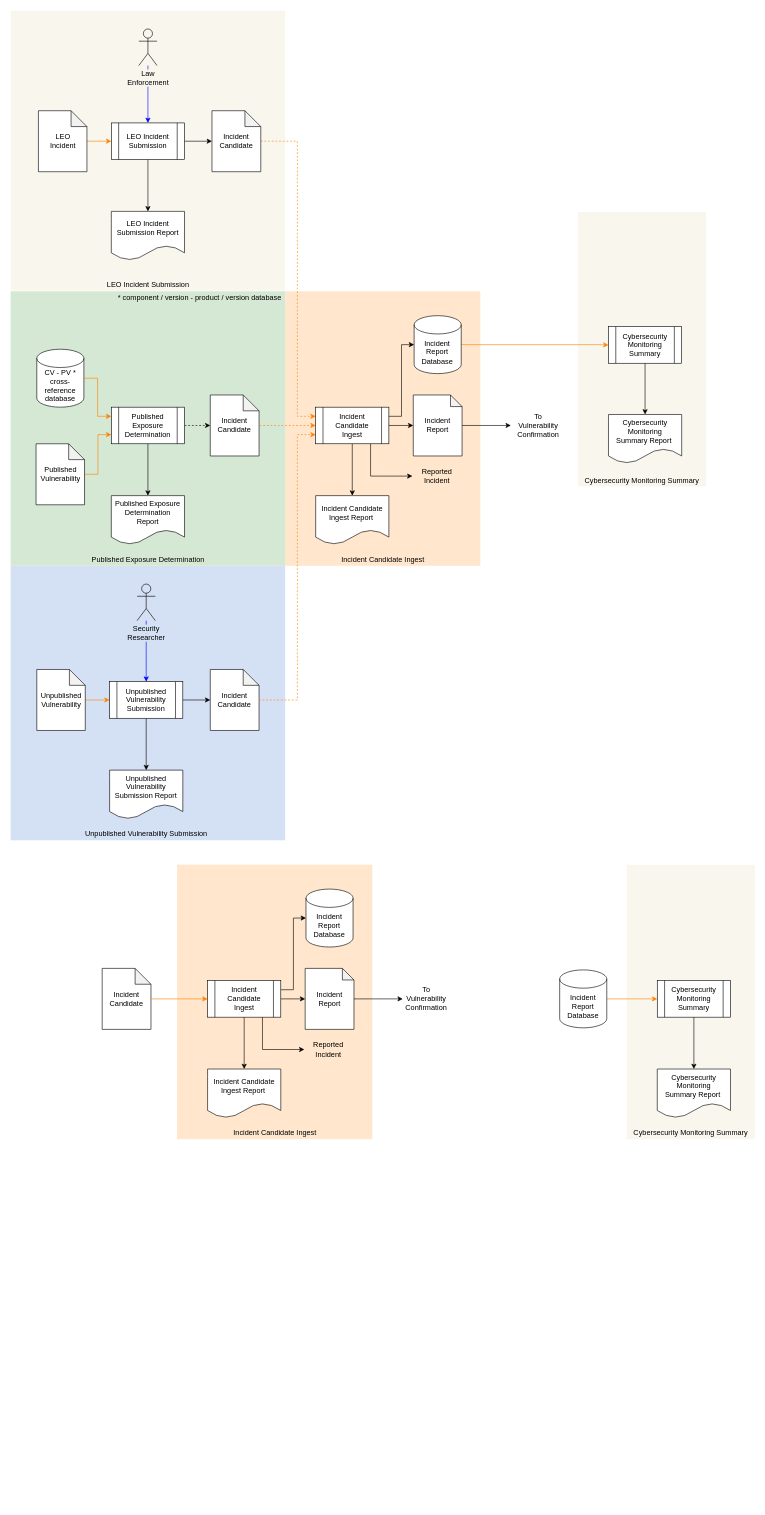
nutonomy/AVCDL keeps this draw.io diagram as source/reference_documents/secondary_documents/foundation phase/Cybersecurity Monitoring Plan/images/source/cybersecurity monitoring workflow.drawio. Above is the earlier version. Source tidied: cells renumbered, new cells numbered last; positions are measured from the earlier drawing's top-left corner, leaving out a move shared by most shapes. Both pictures are drawn from the tidied source at 61%, with x=0, y=0 at pixel (10, 10).
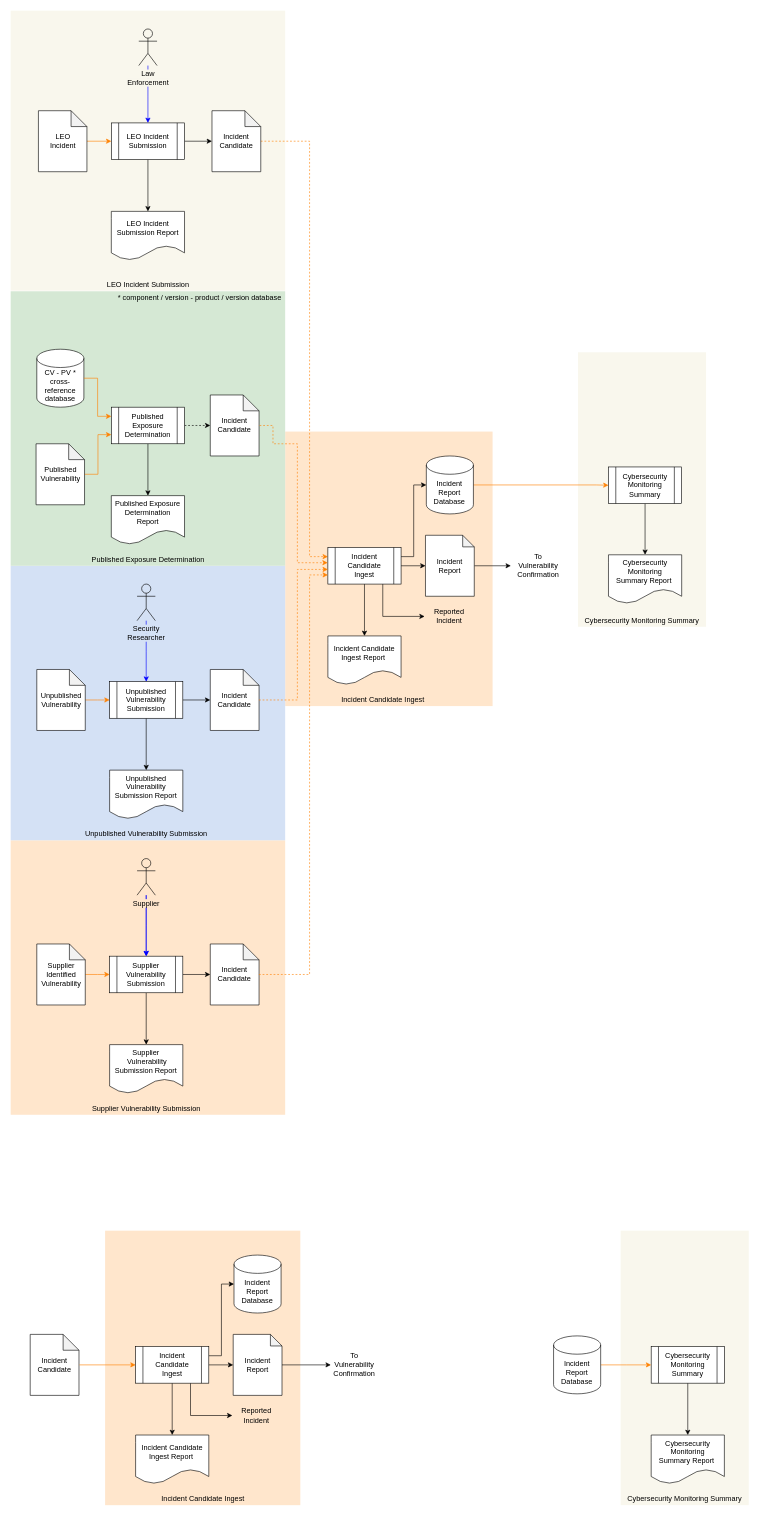
The same page after the edit.

Commit message (it also covers changes not shown here):
updated Cybersecurity Monitoring Plan to include supplier input

The change refers to these unchanged cells:
```xml
<mxCell id="32" value="Incident Candidate" style="shape=note;whiteSpace=wrap;html=1;backgroundOutline=1;darkOpacity=0.05;size=26;" parent="1" vertex="1">
  <mxGeometry x="330" y="164" width="80" height="100" as="geometry" />
</mxCell>
<mxCell id="41" value="Incident Candidate" style="shape=note;whiteSpace=wrap;html=1;backgroundOutline=1;darkOpacity=0.05;size=26;" parent="1" vertex="1">
  <mxGeometry x="327.2" y="630" width="80" height="100" as="geometry" />
</mxCell>
<mxCell id="51" value="Incident Candidate" style="shape=note;whiteSpace=wrap;html=1;backgroundOutline=1;darkOpacity=0.05;size=26;" parent="1" vertex="1">
  <mxGeometry x="327.2" y="1080" width="80" height="100" as="geometry" />
</mxCell>
```

Change to the diagram source:
```diff
@@
+    <mxCell id="80" style="rounded=0;whiteSpace=wrap;html=1;strokeColor=none;fillColor=#FFE6CC;" parent="1" vertex="1">
+      <mxGeometry y="1360" width="450" height="450" as="geometry" />
+    </mxCell>
     <mxCell id="2" style="rounded=0;whiteSpace=wrap;html=1;strokeColor=none;fillColor=#FFE6CC;" parent="1" vertex="1">
-      <mxGeometry x="450" y="460" width="320" height="450" as="geometry" />
+      <mxGeometry x="450" y="690" width="340" height="450" as="geometry" />
     </mxCell>
@@
     <mxCell id="5" style="rounded=0;whiteSpace=wrap;html=1;strokeColor=none;fillColor=#F9F7ED;" parent="1" vertex="1">
-      <mxGeometry x="930" y="330" width="210" height="450" as="geometry" />
+      <mxGeometry x="930" y="560" width="210" height="450" as="geometry" />
     </mxCell>
@@
     <mxCell id="7" style="edgeStyle=orthogonalEdgeStyle;rounded=0;jettySize=auto;html=1;entryX=0;entryY=0.25;entryDx=0;entryDy=0;strokeColor=#FF8000;dashed=1;" parent="1" edge="1" source="32" target="12">
       <mxGeometry relative="1" as="geometry">
         <Array as="points">
-          <mxPoint x="470" y="214" />
-          <mxPoint x="470" y="665" />
+          <mxPoint x="490" y="214" />
+          <mxPoint x="490" y="895" />
         </Array>
       </mxGeometry>
     </mxCell>
@@
     <mxCell id="12" value="Incident Candidate&lt;br&gt;Ingest" style="shape=process;whiteSpace=wrap;html=1;backgroundOutline=1;" parent="1" vertex="1">
-      <mxGeometry x="500" y="650" width="120" height="60" as="geometry" />
+      <mxGeometry x="520" y="880" width="120" height="60" as="geometry" />
     </mxCell>
     <mxCell id="13" value="Cybersecurity Monitoring Summary" style="text;html=1;strokeColor=none;fillColor=none;align=center;verticalAlign=middle;whiteSpace=wrap;rounded=0;" parent="1" vertex="1">
-      <mxGeometry x="930" y="760" width="210" height="20" as="geometry" />
+      <mxGeometry x="930" y="990" width="210" height="20" as="geometry" />
     </mxCell>
@@
     <mxCell id="17" value="Cybersecurity Monitoring Summary" style="shape=process;whiteSpace=wrap;html=1;backgroundOutline=1;" parent="1" vertex="1">
-      <mxGeometry x="980" y="518" width="120" height="60" as="geometry" />
+      <mxGeometry x="980" y="748" width="120" height="60" as="geometry" />
     </mxCell>
     <mxCell id="18" style="edgeStyle=orthogonalEdgeStyle;rounded=0;jettySize=auto;html=1;entryX=0;entryY=0.5;entryDx=0;entryDy=0;strokeColor=#FF8000;exitX=1;exitY=0.5;exitDx=0;exitDy=0;exitPerimeter=0;" parent="1" edge="1" source="55" target="17">
       <mxGeometry relative="1" as="geometry">
         <Array as="points">
-          <mxPoint x="960" y="548" />
-          <mxPoint x="980" y="548" />
+          <mxPoint x="960" y="778" />
+          <mxPoint x="980" y="778" />
         </Array>
       </mxGeometry>
     </mxCell>
@@
     <mxCell id="20" value="Incident Report" style="shape=note;whiteSpace=wrap;html=1;backgroundOutline=1;darkOpacity=0.05;size=19;" parent="1" vertex="1">
-      <mxGeometry x="660" y="630" width="80" height="100" as="geometry" />
+      <mxGeometry x="680" y="860" width="80" height="100" as="geometry" />
     </mxCell>
     <mxCell id="21" value="Incident Candidate Ingest Report&amp;nbsp;" style="shape=document;whiteSpace=wrap;html=1;boundedLbl=1;" parent="1" vertex="1">
-      <mxGeometry x="500" y="795" width="120" height="80" as="geometry" />
+      <mxGeometry x="520" y="1025" width="120" height="80" as="geometry" />
     </mxCell>
     <mxCell id="22" value="Cybersecurity Monitoring&lt;br&gt;Summary Report&amp;nbsp;" style="shape=document;whiteSpace=wrap;html=1;boundedLbl=1;" parent="1" vertex="1">
-      <mxGeometry x="980" y="662" width="120" height="80" as="geometry" />
+      <mxGeometry x="980" y="892" width="120" height="80" as="geometry" />
     </mxCell>
     <mxCell id="23" value="Incident Candidate Ingest" style="text;html=1;align=center;verticalAlign=middle;" parent="1" vertex="1">
-      <mxGeometry x="535" y="890" width="150" height="20" as="geometry" />
+      <mxGeometry x="535" y="1120" width="150" height="20" as="geometry" />
     </mxCell>
@@
     <mxCell id="30" value="Reported&lt;br&gt;Incident" style="text;html=1;fillColor=none;align=center;verticalAlign=middle;whiteSpace=wrap;rounded=0;" parent="1" vertex="1">
-      <mxGeometry x="658.6" y="740" width="80" height="46" as="geometry" />
+      <mxGeometry x="678.6" y="970" width="80" height="46" as="geometry" />
     </mxCell>
@@
-    <mxCell id="42" style="edgeStyle=orthogonalEdgeStyle;rounded=0;jettySize=auto;html=1;entryX=0;entryY=0.5;entryDx=0;entryDy=0;strokeColor=#FF8000;dashed=1;exitX=1.009;exitY=0.5;exitDx=0;exitDy=0;exitPerimeter=0;" parent="1" edge="1" source="41" target="12">
-      <mxGeometry relative="1" as="geometry" />
+    <mxCell id="42" style="edgeStyle=orthogonalEdgeStyle;rounded=0;jettySize=auto;html=1;entryX=-0.003;entryY=0.417;entryDx=0;entryDy=0;strokeColor=#FF8000;dashed=1;exitX=1.009;exitY=0.5;exitDx=0;exitDy=0;exitPerimeter=0;entryPerimeter=0;" parent="1" edge="1" source="41" target="12">
+      <mxGeometry relative="1" as="geometry">
+        <Array as="points">
+          <mxPoint x="430" y="680" />
+          <mxPoint x="430" y="710" />
+          <mxPoint x="470" y="710" />
+          <mxPoint x="470" y="905" />
+        </Array>
+      </mxGeometry>
     </mxCell>
@@
-    <mxCell id="54" style="edgeStyle=orthogonalEdgeStyle;rounded=0;jettySize=auto;html=1;entryX=0;entryY=0.75;entryDx=0;entryDy=0;strokeColor=#FF8000;dashed=1;exitX=0.997;exitY=0.5;exitDx=0;exitDy=0;exitPerimeter=0;" parent="1" edge="1" source="51" target="12">
+    <mxCell id="54" style="edgeStyle=orthogonalEdgeStyle;rounded=0;jettySize=auto;html=1;strokeColor=#FF8000;dashed=1;exitX=0.997;exitY=0.5;exitDx=0;exitDy=0;exitPerimeter=0;" parent="1" edge="1" source="51">
       <mxGeometry relative="1" as="geometry">
+        <mxPoint x="520" y="916" as="targetPoint" />
         <Array as="points">
           <mxPoint x="470" y="1130" />
-          <mxPoint x="470" y="695" />
+          <mxPoint x="470" y="916" />
+          <mxPoint x="519" y="916" />
         </Array>
       </mxGeometry>
     </mxCell>
     <mxCell id="55" value="Incident Report Database" style="shape=cylinder3;whiteSpace=wrap;html=1;boundedLbl=1;backgroundOutline=1;size=15;" parent="1" vertex="1">
-      <mxGeometry x="661.4" y="500" width="77.2" height="95" as="geometry" />
+      <mxGeometry x="681.4" y="730" width="77.2" height="95" as="geometry" />
     </mxCell>
     <mxCell id="56" value="To&lt;br&gt;Vulnerability&lt;br&gt;Confirmation" style="text;html=1;strokeColor=none;fillColor=none;align=center;verticalAlign=middle;whiteSpace=wrap;rounded=0;" parent="1" vertex="1">
-      <mxGeometry x="820" y="655" width="90" height="50" as="geometry" />
+      <mxGeometry x="820" y="885" width="90" height="50" as="geometry" />
     </mxCell>
     <mxCell id="57" style="rounded=0;whiteSpace=wrap;html=1;strokeColor=none;fillColor=#F9F7ED;" parent="1" vertex="1">
-      <mxGeometry x="1010" y="1400" width="210" height="450" as="geometry" />
+      <mxGeometry x="1000" y="2000" width="210" height="450" as="geometry" />
     </mxCell>
     <mxCell id="58" value="Cybersecurity Monitoring Summary" style="text;html=1;strokeColor=none;fillColor=none;align=center;verticalAlign=middle;whiteSpace=wrap;rounded=0;" parent="1" vertex="1">
-      <mxGeometry x="1010" y="1830" width="210" height="20" as="geometry" />
+      <mxGeometry x="1000" y="2430" width="210" height="20" as="geometry" />
     </mxCell>
@@
     <mxCell id="60" value="Cybersecurity Monitoring Summary" style="shape=process;whiteSpace=wrap;html=1;backgroundOutline=1;" parent="1" vertex="1">
-      <mxGeometry x="1060" y="1590" width="120" height="60" as="geometry" />
+      <mxGeometry x="1050" y="2190" width="120" height="60" as="geometry" />
     </mxCell>
     <mxCell id="61" style="edgeStyle=orthogonalEdgeStyle;rounded=0;jettySize=auto;html=1;entryX=0;entryY=0.5;entryDx=0;entryDy=0;strokeColor=#FF8000;exitX=1;exitY=0.5;exitDx=0;exitDy=0;exitPerimeter=0;" parent="1" edge="1" source="63" target="60">
       <mxGeometry relative="1" as="geometry">
         <Array as="points">
-          <mxPoint x="1020" y="1620" />
-          <mxPoint x="1020" y="1620" />
+          <mxPoint x="1010" y="2220" />
+          <mxPoint x="1010" y="2220" />
         </Array>
       </mxGeometry>
     </mxCell>
     <mxCell id="62" value="Cybersecurity Monitoring&lt;br&gt;Summary Report&amp;nbsp;" style="shape=document;whiteSpace=wrap;html=1;boundedLbl=1;" parent="1" vertex="1">
-      <mxGeometry x="1060" y="1735" width="120" height="80" as="geometry" />
+      <mxGeometry x="1050" y="2335" width="120" height="80" as="geometry" />
     </mxCell>
     <mxCell id="63" value="Incident Report Database" style="shape=cylinder3;whiteSpace=wrap;html=1;boundedLbl=1;backgroundOutline=1;size=15;" parent="1" vertex="1">
-      <mxGeometry x="900" y="1572.5" width="77.2" height="95" as="geometry" />
+      <mxGeometry x="890" y="2172.5" width="77.2" height="95" as="geometry" />
     </mxCell>
     <mxCell id="64" style="rounded=0;whiteSpace=wrap;html=1;strokeColor=none;fillColor=#FFE6CC;" parent="1" vertex="1">
-      <mxGeometry x="272.8" y="1400" width="320" height="450" as="geometry" />
+      <mxGeometry x="154.8" y="2000" width="320" height="450" as="geometry" />
     </mxCell>
@@
     <mxCell id="69" value="Incident Candidate&lt;br&gt;Ingest" style="shape=process;whiteSpace=wrap;html=1;backgroundOutline=1;" parent="1" vertex="1">
-      <mxGeometry x="322.8" y="1590" width="120" height="60" as="geometry" />
+      <mxGeometry x="204.8" y="2190" width="120" height="60" as="geometry" />
     </mxCell>
@@
     <mxCell id="71" value="Incident Report" style="shape=note;whiteSpace=wrap;html=1;backgroundOutline=1;darkOpacity=0.05;size=19;" parent="1" vertex="1">
-      <mxGeometry x="482.8" y="1570" width="80" height="100" as="geometry" />
+      <mxGeometry x="364.8" y="2170" width="80" height="100" as="geometry" />
     </mxCell>
     <mxCell id="72" value="Incident Candidate Ingest Report&amp;nbsp;" style="shape=document;whiteSpace=wrap;html=1;boundedLbl=1;" parent="1" vertex="1">
-      <mxGeometry x="322.8" y="1735" width="120" height="80" as="geometry" />
+      <mxGeometry x="204.8" y="2335" width="120" height="80" as="geometry" />
     </mxCell>
     <mxCell id="73" value="Incident Candidate Ingest" style="text;html=1;align=center;verticalAlign=middle;" parent="1" vertex="1">
-      <mxGeometry x="357.8" y="1830" width="150" height="20" as="geometry" />
+      <mxGeometry x="239.8" y="2430" width="150" height="20" as="geometry" />
     </mxCell>
     <mxCell id="74" value="Reported&lt;br&gt;Incident" style="text;html=1;fillColor=none;align=center;verticalAlign=middle;whiteSpace=wrap;rounded=0;" parent="1" vertex="1">
-      <mxGeometry x="481.4" y="1680" width="80" height="46" as="geometry" />
+      <mxGeometry x="363.4" y="2280" width="80" height="46" as="geometry" />
     </mxCell>
     <mxCell id="75" value="Incident Candidate" style="shape=note;whiteSpace=wrap;html=1;backgroundOutline=1;darkOpacity=0.05;size=26;" parent="1" vertex="1">
-      <mxGeometry x="150" y="1570" width="80" height="100" as="geometry" />
+      <mxGeometry x="32" y="2170" width="80" height="100" as="geometry" />
     </mxCell>
@@
     <mxCell id="77" value="Incident Report Database" style="shape=cylinder3;whiteSpace=wrap;html=1;boundedLbl=1;backgroundOutline=1;size=15;" parent="1" vertex="1">
-      <mxGeometry x="484.1" y="1440" width="77.2" height="95" as="geometry" />
+      <mxGeometry x="366.1" y="2040" width="77.2" height="95" as="geometry" />
     </mxCell>
     <mxCell id="78" value="To&lt;br&gt;Vulnerability&lt;br&gt;Confirmation" style="text;html=1;strokeColor=none;fillColor=none;align=center;verticalAlign=middle;whiteSpace=wrap;rounded=0;" parent="1" vertex="1">
-      <mxGeometry x="642.8" y="1595" width="77.2" height="50" as="geometry" />
+      <mxGeometry x="524.8" y="2195" width="77.2" height="50" as="geometry" />
     </mxCell>
@@
+    <mxCell id="81" value="Supplier Vulnerability Submission" style="text;html=1;align=center;verticalAlign=middle;" parent="1" vertex="1">
+      <mxGeometry x="122.2" y="1785" width="200" height="30" as="geometry" />
+    </mxCell>
+    <mxCell id="82" style="edgeStyle=orthogonalEdgeStyle;rounded=0;jettySize=auto;html=1;exitX=0.5;exitY=1;exitDx=0;exitDy=0;" parent="1" edge="1" source="84" target="87">
+      <mxGeometry relative="1" as="geometry" />
+    </mxCell>
+    <mxCell id="83" style="edgeStyle=orthogonalEdgeStyle;rounded=0;jettySize=auto;html=1;exitX=1;exitY=0.5;exitDx=0;exitDy=0;entryX=0;entryY=0.5;entryDx=0;entryDy=0;entryPerimeter=0;" parent="1" edge="1" source="84" target="88">
+      <mxGeometry relative="1" as="geometry" />
+    </mxCell>
+    <mxCell id="84" value="Supplier Vulnerability Submission" style="shape=process;whiteSpace=wrap;html=1;backgroundOutline=1;" parent="1" vertex="1">
+      <mxGeometry x="162.2" y="1550" width="120" height="60" as="geometry" />
+    </mxCell>
+    <mxCell id="85" style="edgeStyle=orthogonalEdgeStyle;rounded=0;jettySize=auto;html=1;entryX=0;entryY=0.5;entryDx=0;entryDy=0;strokeColor=#FF8000;" parent="1" edge="1" source="86" target="84">
+      <mxGeometry relative="1" as="geometry" />
+    </mxCell>
+    <mxCell id="86" value="Supplier Identified Vulnerability" style="shape=note;whiteSpace=wrap;html=1;backgroundOutline=1;darkOpacity=0.05;size=26;" parent="1" vertex="1">
+      <mxGeometry x="42.8" y="1530" width="79.5" height="100" as="geometry" />
+    </mxCell>
+    <mxCell id="87" value="Supplier&lt;br&gt;&amp;nbsp;Vulnerability Submission Report" style="shape=document;whiteSpace=wrap;html=1;boundedLbl=1;" parent="1" vertex="1">
+      <mxGeometry x="162.2" y="1695" width="120" height="80" as="geometry" />
+    </mxCell>
+    <mxCell id="88" value="Incident Candidate" style="shape=note;whiteSpace=wrap;html=1;backgroundOutline=1;darkOpacity=0.05;size=26;" parent="1" vertex="1">
+      <mxGeometry x="327.2" y="1530" width="80" height="100" as="geometry" />
+    </mxCell>
+    <mxCell id="89" style="edgeStyle=orthogonalEdgeStyle;rounded=0;jettySize=auto;html=1;strokeColor=#0000FF;entryX=0.5;entryY=0;entryDx=0;entryDy=0;" parent="1" edge="1" source="91" target="84">
+      <mxGeometry relative="1" as="geometry">
+        <Array as="points">
+          <mxPoint x="222" y="1500" />
+          <mxPoint x="222" y="1500" />
+        </Array>
+      </mxGeometry>
+    </mxCell>
+    <mxCell id="90" style="edgeStyle=orthogonalEdgeStyle;rounded=0;jettySize=auto;html=1;strokeColor=#0000FF;" parent="1" edge="1" source="91" target="84">
+      <mxGeometry relative="1" as="geometry" />
+    </mxCell>
+    <mxCell id="91" value="&lt;span style=&quot;background-color: rgb(255, 230, 204);&quot;&gt;Supplier&lt;/span&gt;" style="shape=umlActor;verticalLabelPosition=bottom;verticalAlign=top;html=1;outlineConnect=0;fillColor=none;" parent="1" vertex="1">
+      <mxGeometry x="207.2" y="1390" width="30" height="60" as="geometry" />
+    </mxCell>
+    <mxCell id="92" style="edgeStyle=orthogonalEdgeStyle;rounded=0;jettySize=auto;html=1;entryX=0;entryY=0.75;entryDx=0;entryDy=0;strokeColor=#FF8000;dashed=1;exitX=0.997;exitY=0.5;exitDx=0;exitDy=0;exitPerimeter=0;" parent="1" edge="1" source="88" target="12">
+      <mxGeometry relative="1" as="geometry">
+        <Array as="points">
+          <mxPoint x="490" y="1580" />
+          <mxPoint x="490" y="925" />
+        </Array>
+      </mxGeometry>
+    </mxCell>
```
